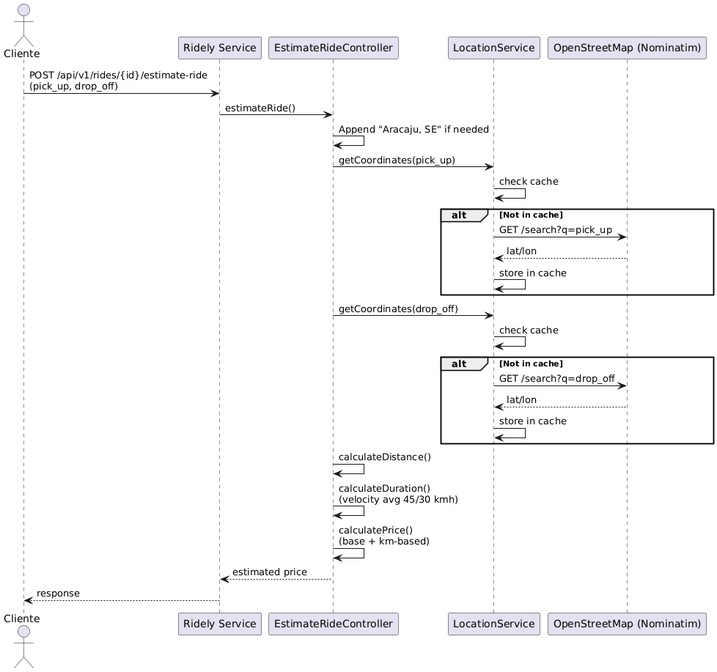
This is docs/architecture/diagrams/uml/ridely-estimate-ride-sync-sequence.png from jaya/ridely-php-backend-test, a PlantUML export, as it was before one commit.
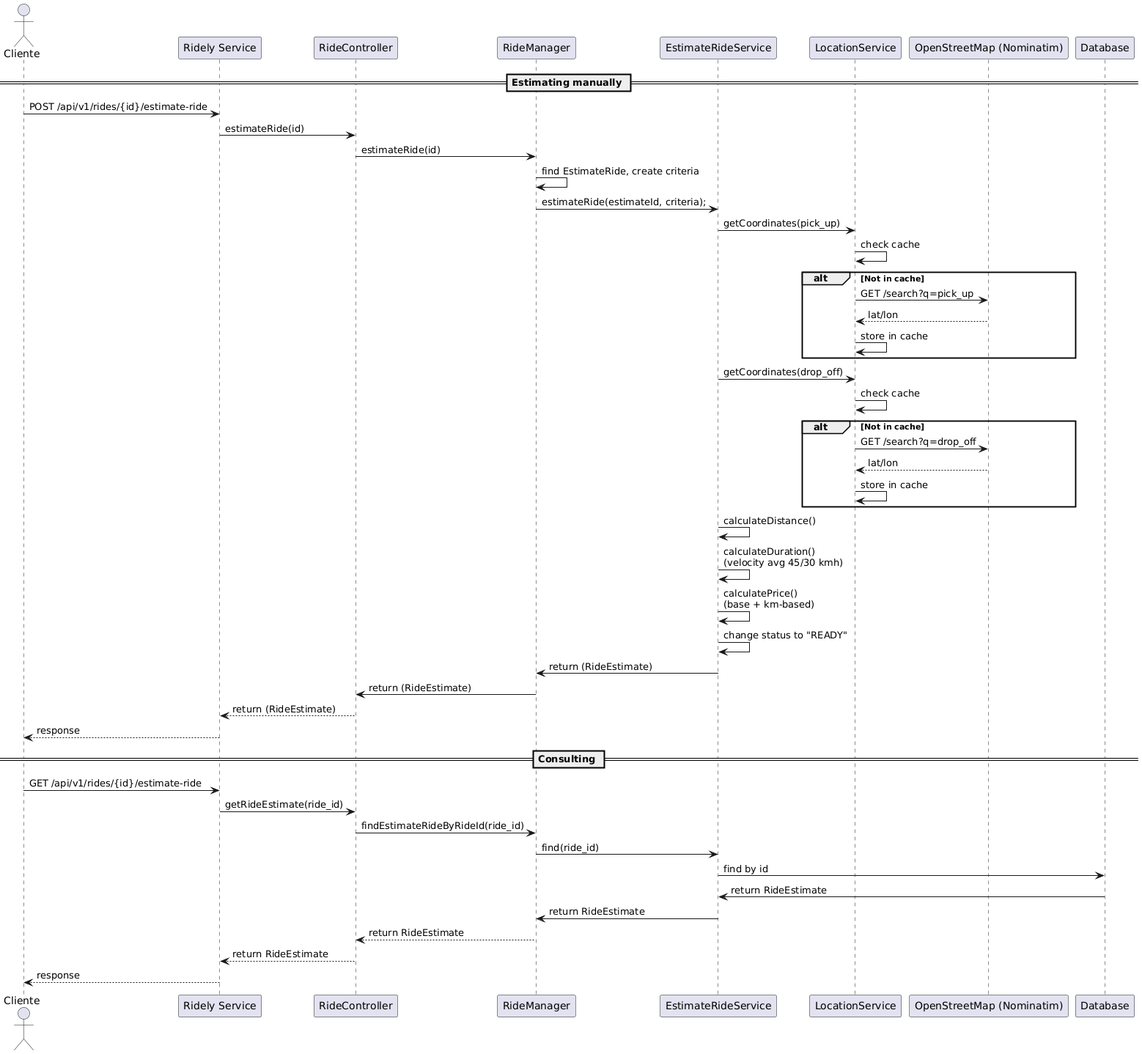
Later version of the same file.

Change to the diagram source:
```diff
@@ -1,30 +1,50 @@
 @startuml
 actor Cliente
 participant "Ridely Service" as RidelyService
-participant "EstimateRideController" as Controller
+participant "RideController" as Controller
+participant "RideManager" as RideManager
+participant "EstimateRideService" as EstimateRideService
 participant "LocationService" as LocationService
 participant "OpenStreetMap (Nominatim)" as Nominatim
 
-Cliente -> RidelyService : POST /api/v1/rides/{id}/estimate-ride\n(pick_up, drop_off)
-RidelyService -> Controller : estimateRide()
-Controller -> Controller : Append "Aracaju, SE" if needed
-Controller -> LocationService : getCoordinates(pick_up)
+== Estimating manually ==
+Cliente -> RidelyService : POST /api/v1/rides/{id}/estimate-ride
+RidelyService -> Controller : estimateRide(id)
+Controller -> RideManager : estimateRide(id)
+RideManager -> RideManager : find EstimateRide, create criteria
+RideManager -> EstimateRideService: estimateRide(estimateId, criteria);
+EstimateRideService -> LocationService : getCoordinates(pick_up)
 LocationService -> LocationService : check cache
 alt Not in cache
     LocationService -> Nominatim : GET /search?q=pick_up
     Nominatim --> LocationService : lat/lon
     LocationService -> LocationService : store in cache
 end
-Controller -> LocationService : getCoordinates(drop_off)
+EstimateRideService -> LocationService : getCoordinates(drop_off)
 LocationService -> LocationService : check cache
 alt Not in cache
     LocationService -> Nominatim : GET /search?q=drop_off
     Nominatim --> LocationService : lat/lon
     LocationService -> LocationService : store in cache
 end
-Controller -> Controller : calculateDistance()
-Controller -> Controller : calculateDuration()\n(velocity avg 45/30 kmh)
-Controller -> Controller : calculatePrice()\n(base + km-based)
-Controller --> RidelyService : estimated price
+EstimateRideService -> EstimateRideService : calculateDistance()
+EstimateRideService -> EstimateRideService : calculateDuration()\n(velocity avg 45/30 kmh)
+EstimateRideService -> EstimateRideService : calculatePrice()\n(base + km-based)
+EstimateRideService -> EstimateRideService : change status to "READY"
+EstimateRideService -> "RideManager" : return (RideEstimate)
+RideManager -> "Controller" : return (RideEstimate)
+Controller --> RidelyService : return (RideEstimate)
+RidelyService --> Cliente : response
+== Consulting ==
+
+Cliente -> RidelyService : GET /api/v1/rides/{id}/estimate-ride
+RidelyService -> Controller : getRideEstimate(ride_id)
+Controller -> "RideManager" : findEstimateRideByRideId(ride_id)
+RideManager -> EstimateRideService : find(ride_id)
+EstimateRideService -> Database : find by id
+Database -> EstimateRideService : return RideEstimate
+EstimateRideService -> RideManager : return RideEstimate
+RideManager --> Controller : return RideEstimate
+Controller --> RidelyService : return RideEstimate
 RidelyService --> Cliente : response
 @enduml
```
